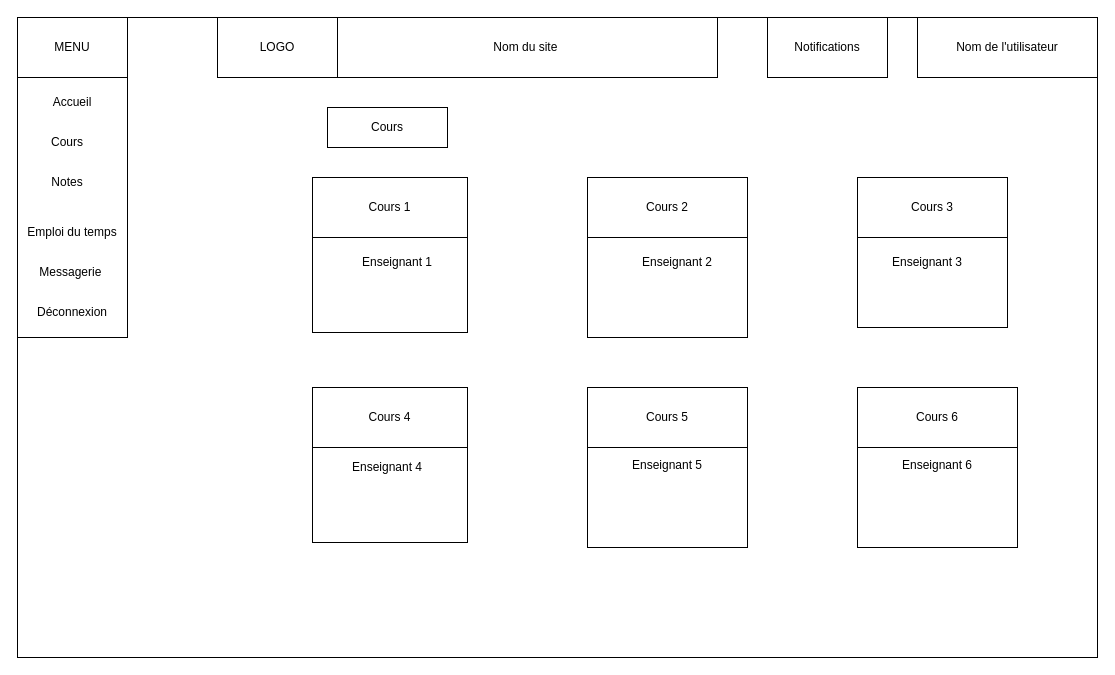
Before: docs/Wireframes/mes cours.drawio in TanguyC92/SmartCampus_Ing2_Gr9_Equipe11, a draw.io diagram. Source tidied: cells renumbered, new cells numbered last; positions are measured from the earlier drawing's top-left corner, leaving out a move shared by most shapes. Both pictures are drawn from the tidied source at 100%, with x=0, y=0 at pixel (17, 17).
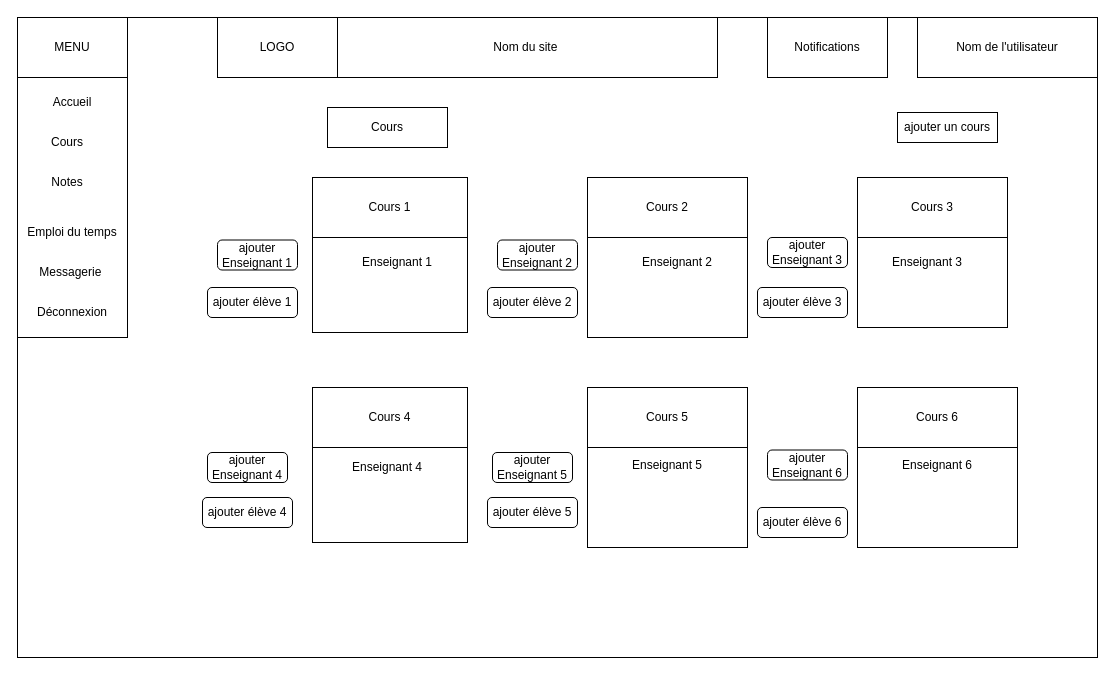
The same diagram, later.

What changed in the source:
```diff
@@
+    <mxCell id="34" value="ajouter un cours" style="rounded=0;whiteSpace=wrap;html=1;" parent="1" vertex="1">
+      <mxGeometry x="880" y="95" width="100" height="30" as="geometry" />
+    </mxCell>
+    <mxCell id="35" value="ajouter Enseignant 1" style="rounded=1;whiteSpace=wrap;html=1;" parent="1" vertex="1">
+      <mxGeometry x="200" y="222.5" width="80" height="30" as="geometry" />
+    </mxCell>
+    <mxCell id="36" value="ajouter Enseignant 2" style="rounded=1;whiteSpace=wrap;html=1;" parent="1" vertex="1">
+      <mxGeometry x="480" y="222.5" width="80" height="30" as="geometry" />
+    </mxCell>
+    <mxCell id="37" value="ajouter Enseignant 3" style="rounded=1;whiteSpace=wrap;html=1;" parent="1" vertex="1">
+      <mxGeometry x="750" y="220" width="80" height="30" as="geometry" />
+    </mxCell>
+    <mxCell id="38" value="ajouter Enseignant 4" style="rounded=1;whiteSpace=wrap;html=1;" parent="1" vertex="1">
+      <mxGeometry x="190" y="435" width="80" height="30" as="geometry" />
+    </mxCell>
+    <mxCell id="39" value="ajouter Enseignant 5" style="rounded=1;whiteSpace=wrap;html=1;" parent="1" vertex="1">
+      <mxGeometry x="475" y="435" width="80" height="30" as="geometry" />
+    </mxCell>
+    <mxCell id="40" value="ajouter Enseignant 6" style="rounded=1;whiteSpace=wrap;html=1;" parent="1" vertex="1">
+      <mxGeometry x="750" y="432.5" width="80" height="30" as="geometry" />
+    </mxCell>
+    <mxCell id="41" value="ajouter élève 4" style="rounded=1;whiteSpace=wrap;html=1;" parent="1" vertex="1">
+      <mxGeometry x="185" y="480" width="90" height="30" as="geometry" />
+    </mxCell>
+    <mxCell id="42" value="ajouter élève 1" style="rounded=1;whiteSpace=wrap;html=1;" parent="1" vertex="1">
+      <mxGeometry x="190" y="270" width="90" height="30" as="geometry" />
+    </mxCell>
+    <mxCell id="43" value="ajouter élève 2" style="rounded=1;whiteSpace=wrap;html=1;" parent="1" vertex="1">
+      <mxGeometry x="470" y="270" width="90" height="30" as="geometry" />
+    </mxCell>
+    <mxCell id="44" value="ajouter élève 3" style="rounded=1;whiteSpace=wrap;html=1;" parent="1" vertex="1">
+      <mxGeometry x="740" y="270" width="90" height="30" as="geometry" />
+    </mxCell>
+    <mxCell id="45" value="ajouter élève 6" style="rounded=1;whiteSpace=wrap;html=1;" parent="1" vertex="1">
+      <mxGeometry x="740" y="490" width="90" height="30" as="geometry" />
+    </mxCell>
+    <mxCell id="46" value="ajouter élève 5" style="rounded=1;whiteSpace=wrap;html=1;" parent="1" vertex="1">
+      <mxGeometry x="470" y="480" width="90" height="30" as="geometry" />
+    </mxCell>
```
